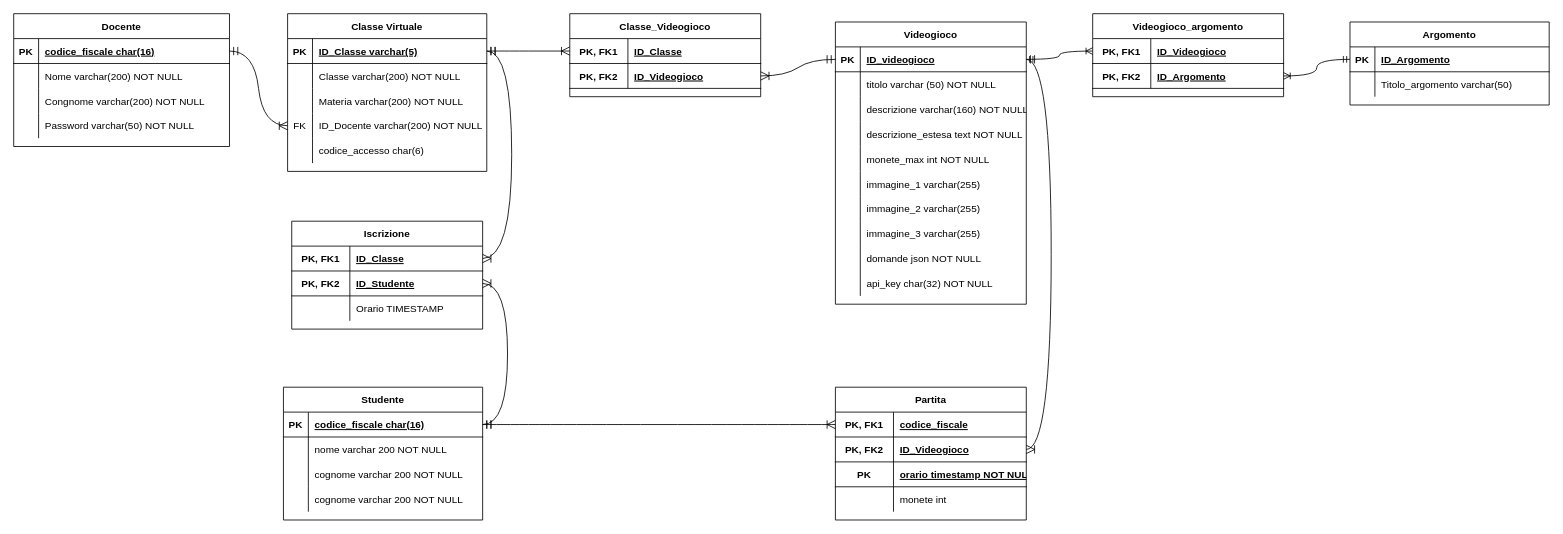
Smatjoy/Seconda-prova-Info-2023 keeps this draw.io diagram as Logico.drawio. Above is the earlier version. Source tidied: cells renumbered, new cells numbered last; positions are measured from the earlier drawing's top-left corner, leaving out a move shared by most shapes. Both pictures are drawn from the tidied source at 83%, with x=0, y=0 at pixel (13, 13).
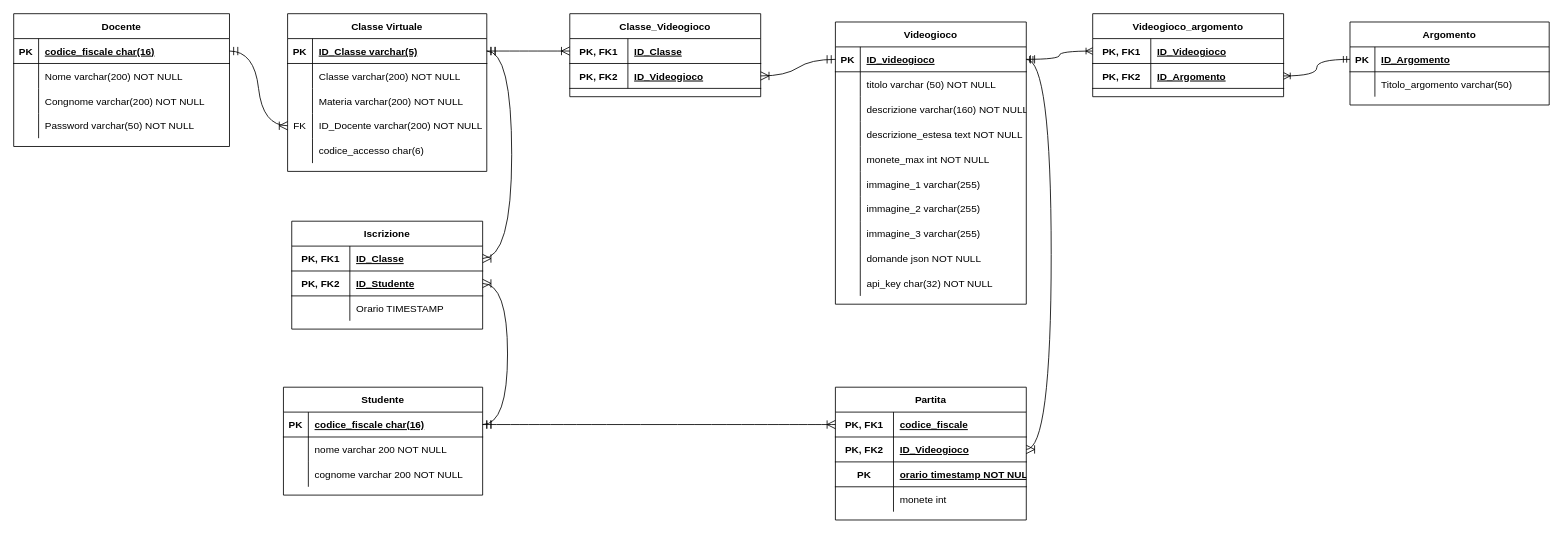
The same page after the edit.

Commit message:
Fixed a duplicate surname entry on logico

What changed in the source:
```diff
@@
     <mxCell id="100" value="Studente" style="shape=table;startSize=30;childLayout=tableLayout;rowLines=0;fontStyle=1;align=center;" parent="1" vertex="1">
-      <mxGeometry x="325" y="450" width="240" height="160" as="geometry" />
+      <mxGeometry x="325" y="450" width="240" height="130" as="geometry" />
     </mxCell>
@@
-    <mxCell id="110" style="shape=partialRectangle;fillColor=none;top=0;left=0;right=0;bottom=0;" parent="100" vertex="1">
-      <mxGeometry y="120" width="240" height="30" as="geometry" />
-    </mxCell>
-    <mxCell id="111" style="shape=partialRectangle;overflow=hidden;fillColor=none;top=0;left=0;bottom=0;right=0;" parent="110" vertex="1">
-      <mxGeometry width="30" height="30" as="geometry" />
-    </mxCell>
-    <mxCell id="112" value="cognome varchar 200 NOT NULL" style="shape=partialRectangle;overflow=hidden;fillColor=none;top=0;left=0;bottom=0;right=0;align=left;spacingLeft=6;" parent="110" vertex="1">
-      <mxGeometry x="30" width="210" height="30" as="geometry" />
-    </mxCell>
```
